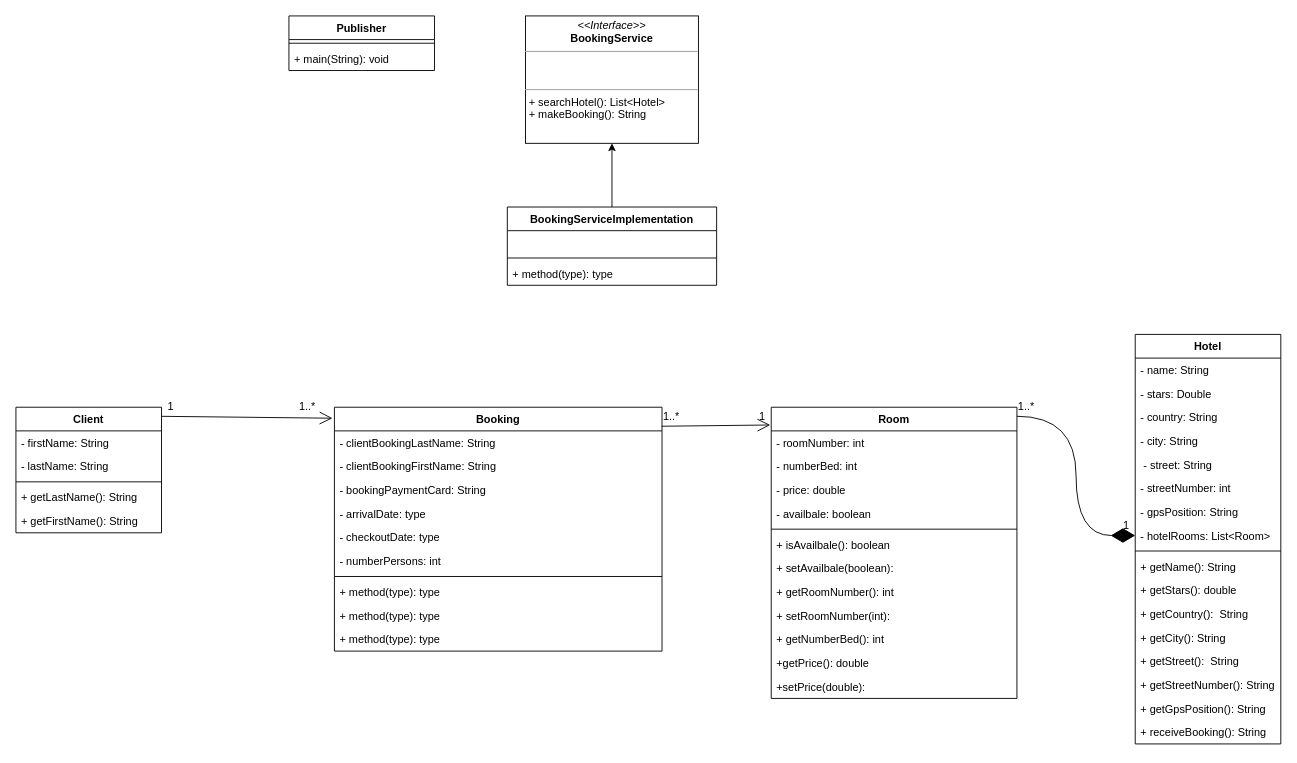
Above: Architectures Logicielles Distribuées/Service Web SOAP-WSDL/TP-SW-SOAP/hotel version 1.drawio in krxdow/M1 (draw.io), before the change. Source tidied: cells renumbered, new cells numbered last; positions are measured from the earlier drawing's top-left corner, leaving out a move shared by most shapes. Both pictures are drawn from the tidied source at 91%, with x=0, y=0 at pixel (15, 15).
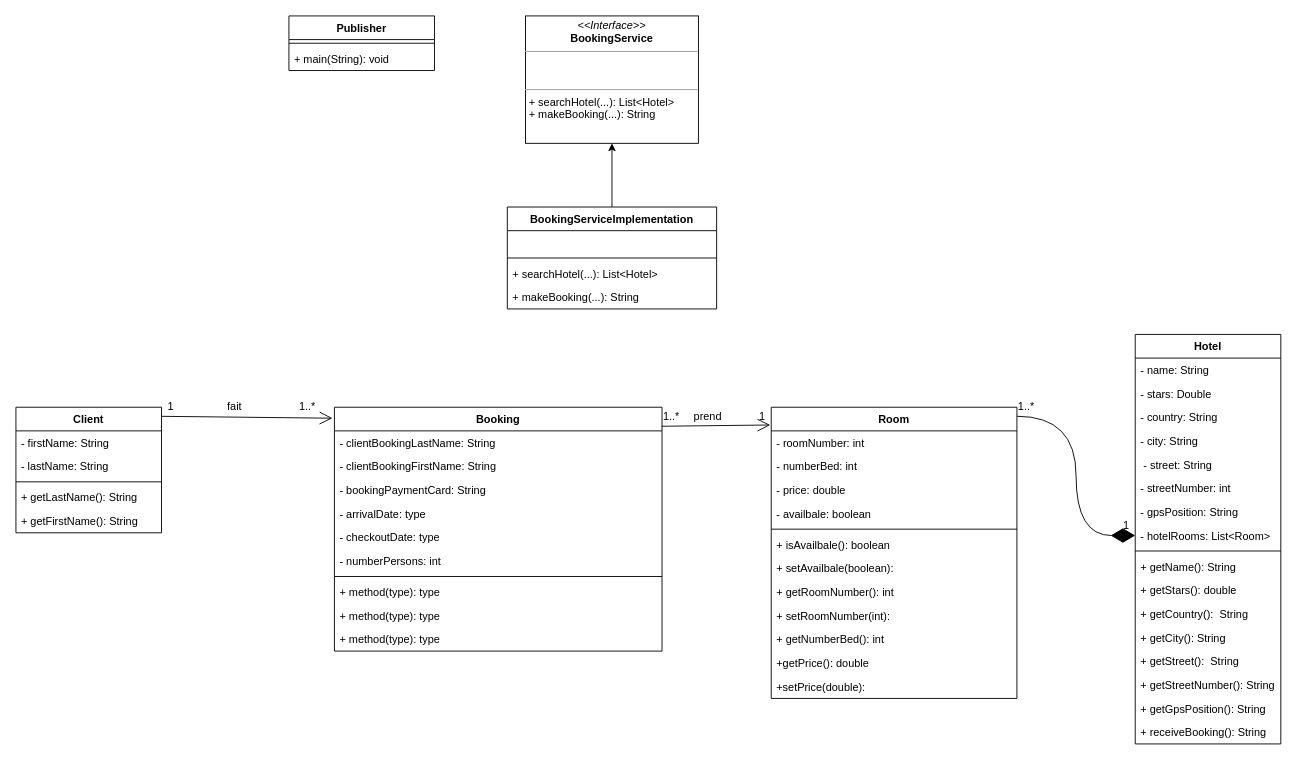
Above is the later version.

Commit message:
Mettre à jour hotel version 1.drawio

Change to the diagram source:
```diff
@@
     <mxCell id="16" value="BookingServiceImplementation" style="swimlane;fontStyle=1;align=center;verticalAlign=top;horizontal=1;startSize=26;" parent="1" vertex="1">
-      <mxGeometry x="540" y="210" width="230" height="86" as="geometry" />
+      <mxGeometry x="540" y="210" width="230" height="112" as="geometry" />
     </mxCell>
@@
-    <mxCell id="19" value="+ method(type): type" style="text;strokeColor=none;fillColor=none;align=left;verticalAlign=top;spacingLeft=4;spacingRight=4;overflow=hidden;" parent="16" vertex="1">
+    <mxCell id="19" value="+ searchHotel(...): List&lt;Hotel&gt;" style="text;strokeColor=none;fillColor=none;align=left;verticalAlign=top;spacingLeft=4;spacingRight=4;overflow=hidden;" parent="16" vertex="1">
       <mxGeometry y="60" width="230" height="26" as="geometry" />
     </mxCell>
+    <mxCell id="68" value="+ makeBooking(...): String" style="text;strokeColor=none;fillColor=none;align=left;verticalAlign=top;spacingLeft=4;spacingRight=4;overflow=hidden;" parent="16" vertex="1">
+      <mxGeometry y="86" width="230" height="26" as="geometry" />
+    </mxCell>
@@
-    <mxCell id="52" value="&lt;p style=&quot;margin:0px;margin-top:4px;text-align:center;&quot;&gt;&lt;i&gt;&amp;lt;&amp;lt;Interface&amp;gt;&amp;gt;&lt;/i&gt;&lt;br&gt;&lt;b&gt;BookingService&lt;/b&gt;&lt;/p&gt;&lt;hr size=&quot;1&quot;&gt;&lt;p style=&quot;margin:0px;margin-left:4px;&quot;&gt;&lt;br&gt;&lt;br&gt;&lt;/p&gt;&lt;hr size=&quot;1&quot;&gt;&lt;p style=&quot;margin:0px;margin-left:4px;&quot;&gt;+ searchHotel(): List&amp;lt;Hotel&amp;gt;&lt;br&gt;+ makeBooking(): String&lt;/p&gt;" style="verticalAlign=top;align=left;overflow=fill;fontSize=12;fontFamily=Helvetica;html=1;" parent="1" vertex="1">
+    <mxCell id="52" value="&lt;p style=&quot;margin:0px;margin-top:4px;text-align:center;&quot;&gt;&lt;i&gt;&amp;lt;&amp;lt;Interface&amp;gt;&amp;gt;&lt;/i&gt;&lt;br&gt;&lt;b&gt;BookingService&lt;/b&gt;&lt;/p&gt;&lt;hr size=&quot;1&quot;&gt;&lt;p style=&quot;margin:0px;margin-left:4px;&quot;&gt;&lt;br&gt;&lt;br&gt;&lt;/p&gt;&lt;hr size=&quot;1&quot;&gt;&lt;p style=&quot;margin:0px;margin-left:4px;&quot;&gt;+ searchHotel(...): List&amp;lt;Hotel&amp;gt;&lt;br&gt;+ makeBooking(...): String&lt;br&gt;&lt;/p&gt;" style="verticalAlign=top;align=left;overflow=fill;fontSize=12;fontFamily=Helvetica;html=1;" parent="1" vertex="1">
       <mxGeometry x="560" width="190" height="140" as="geometry" />
     </mxCell>
@@
+    <mxCell id="69" value="fait" style="text;html=1;align=center;verticalAlign=middle;strokeColor=none;fillColor=none;" parent="1" vertex="1">
+      <mxGeometry x="220" y="415" width="40" height="30" as="geometry" />
+    </mxCell>
+    <mxCell id="70" value="prend" style="text;html=1;align=center;verticalAlign=middle;strokeColor=none;fillColor=none;" parent="1" vertex="1">
+      <mxGeometry x="735" y="425" width="50" height="30" as="geometry" />
+    </mxCell>
```
